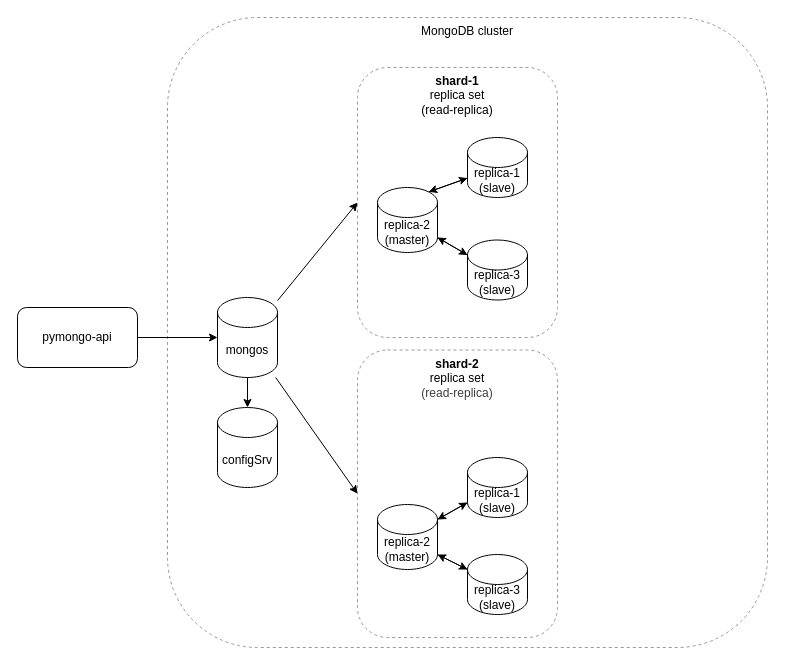
Above: docs/schema-2.drawio in AndreyNester/black_friday (draw.io), before the change. Source tidied: cells renumbered, new cells numbered last; positions are measured from the earlier drawing's top-left corner, leaving out a move shared by most shapes. Both pictures are drawn from the tidied source at 100%, with x=0, y=0 at pixel (17, 17).
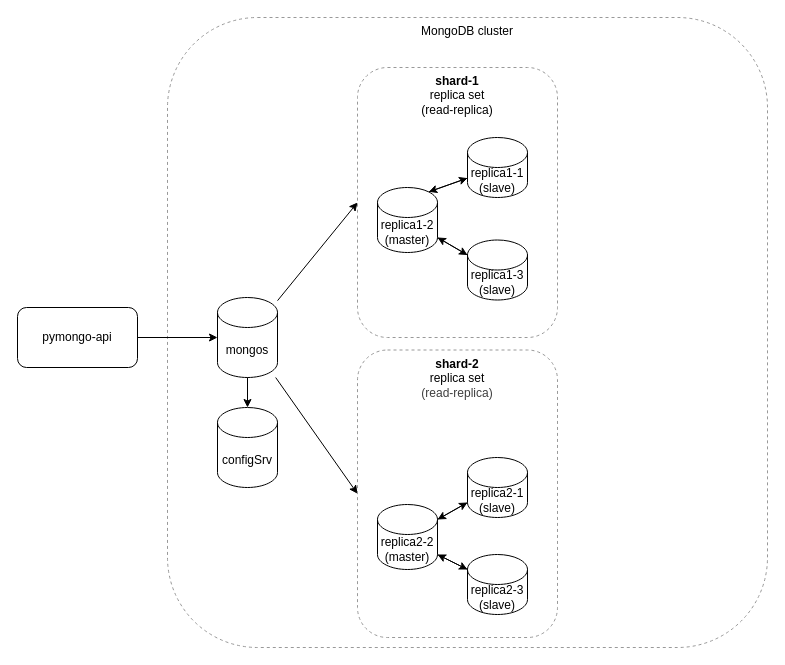
The same diagram, later.

The edit, as a diff of the source:
```diff
@@
-    <mxCell id="11" value="replica-1&lt;div&gt;(slave)&lt;/div&gt;" style="shape=cylinder3;whiteSpace=wrap;html=1;boundedLbl=1;backgroundOutline=1;size=15;" parent="1" vertex="1">
+    <mxCell id="11" value="replica1-1&lt;div&gt;(slave)&lt;/div&gt;" style="shape=cylinder3;whiteSpace=wrap;html=1;boundedLbl=1;backgroundOutline=1;size=15;" parent="1" vertex="1">
       <mxGeometry x="450" y="120" width="60" height="60" as="geometry" />
     </mxCell>
@@
-    <mxCell id="13" value="&lt;span style=&quot;color: rgb(0, 0, 0);&quot;&gt;replica&lt;/span&gt;-2&lt;br&gt;(master)" style="shape=cylinder3;whiteSpace=wrap;html=1;boundedLbl=1;backgroundOutline=1;size=15;" parent="1" vertex="1">
+    <mxCell id="13" value="&lt;span style=&quot;color: rgb(0, 0, 0);&quot;&gt;replica1&lt;/span&gt;-2&lt;br&gt;(master)" style="shape=cylinder3;whiteSpace=wrap;html=1;boundedLbl=1;backgroundOutline=1;size=15;" parent="1" vertex="1">
       <mxGeometry x="360" y="170" width="60" height="65" as="geometry" />
     </mxCell>
-    <mxCell id="14" value="&lt;span style=&quot;color: rgb(0, 0, 0);&quot;&gt;replica&lt;/span&gt;-3&lt;div&gt;(slave)&lt;/div&gt;" style="shape=cylinder3;whiteSpace=wrap;html=1;boundedLbl=1;backgroundOutline=1;size=15;" parent="1" vertex="1">
+    <mxCell id="14" value="&lt;span style=&quot;color: rgb(0, 0, 0);&quot;&gt;replica1&lt;/span&gt;-3&lt;div&gt;(slave)&lt;/div&gt;" style="shape=cylinder3;whiteSpace=wrap;html=1;boundedLbl=1;backgroundOutline=1;size=15;" parent="1" vertex="1">
       <mxGeometry x="450" y="222.5" width="60" height="60" as="geometry" />
     </mxCell>
@@
-    <mxCell id="19" value="replica-1&lt;div&gt;(slave)&lt;/div&gt;" style="shape=cylinder3;whiteSpace=wrap;html=1;boundedLbl=1;backgroundOutline=1;size=15;" parent="1" vertex="1">
+    <mxCell id="19" value="replica2-1&lt;div&gt;(slave)&lt;/div&gt;" style="shape=cylinder3;whiteSpace=wrap;html=1;boundedLbl=1;backgroundOutline=1;size=15;" parent="1" vertex="1">
       <mxGeometry x="450" y="440" width="60" height="60" as="geometry" />
     </mxCell>
-    <mxCell id="20" value="&lt;span style=&quot;color: rgb(0, 0, 0);&quot;&gt;replica&lt;/span&gt;-2&lt;br&gt;(master)" style="shape=cylinder3;whiteSpace=wrap;html=1;boundedLbl=1;backgroundOutline=1;size=15;" parent="1" vertex="1">
+    <mxCell id="20" value="&lt;span style=&quot;color: rgb(0, 0, 0);&quot;&gt;replica2&lt;/span&gt;-2&lt;br&gt;(master)" style="shape=cylinder3;whiteSpace=wrap;html=1;boundedLbl=1;backgroundOutline=1;size=15;" parent="1" vertex="1">
       <mxGeometry x="360" y="487" width="60" height="65" as="geometry" />
     </mxCell>
-    <mxCell id="21" value="&lt;span style=&quot;color: rgb(0, 0, 0);&quot;&gt;replica&lt;/span&gt;-3&lt;div&gt;(slave)&lt;/div&gt;" style="shape=cylinder3;whiteSpace=wrap;html=1;boundedLbl=1;backgroundOutline=1;size=15;" parent="1" vertex="1">
+    <mxCell id="21" value="&lt;span style=&quot;color: rgb(0, 0, 0);&quot;&gt;replica2&lt;/span&gt;-3&lt;div&gt;(slave)&lt;/div&gt;" style="shape=cylinder3;whiteSpace=wrap;html=1;boundedLbl=1;backgroundOutline=1;size=15;" parent="1" vertex="1">
       <mxGeometry x="450" y="537" width="60" height="60" as="geometry" />
     </mxCell>
```
